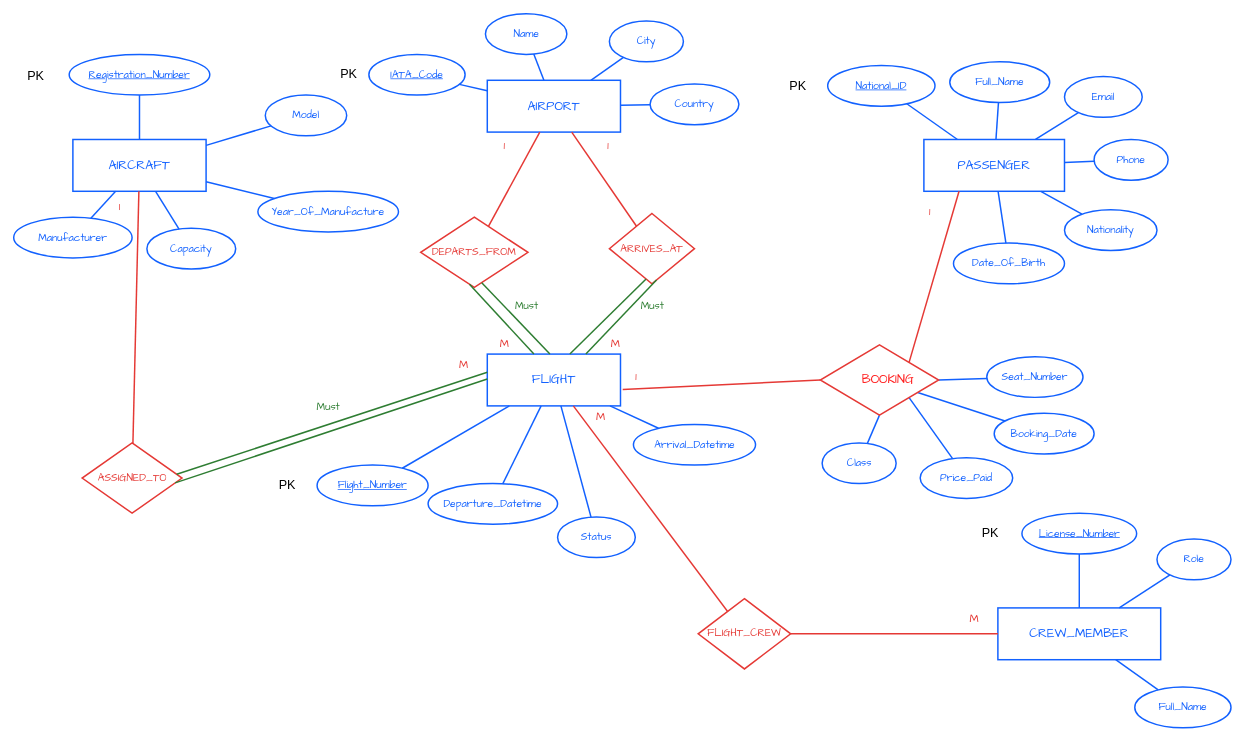
Before: ERD/SkyTrack_Step1_Chen_ERD.drawio in M0hammedAlnajjar/database-project, a draw.io diagram. Source tidied: cells renumbered, new cells numbered last; positions are measured from the earlier drawing's top-left corner, leaving out a move shared by most shapes. Both pictures are drawn from the tidied source at 74%, with x=0, y=0 at pixel (13, 13).
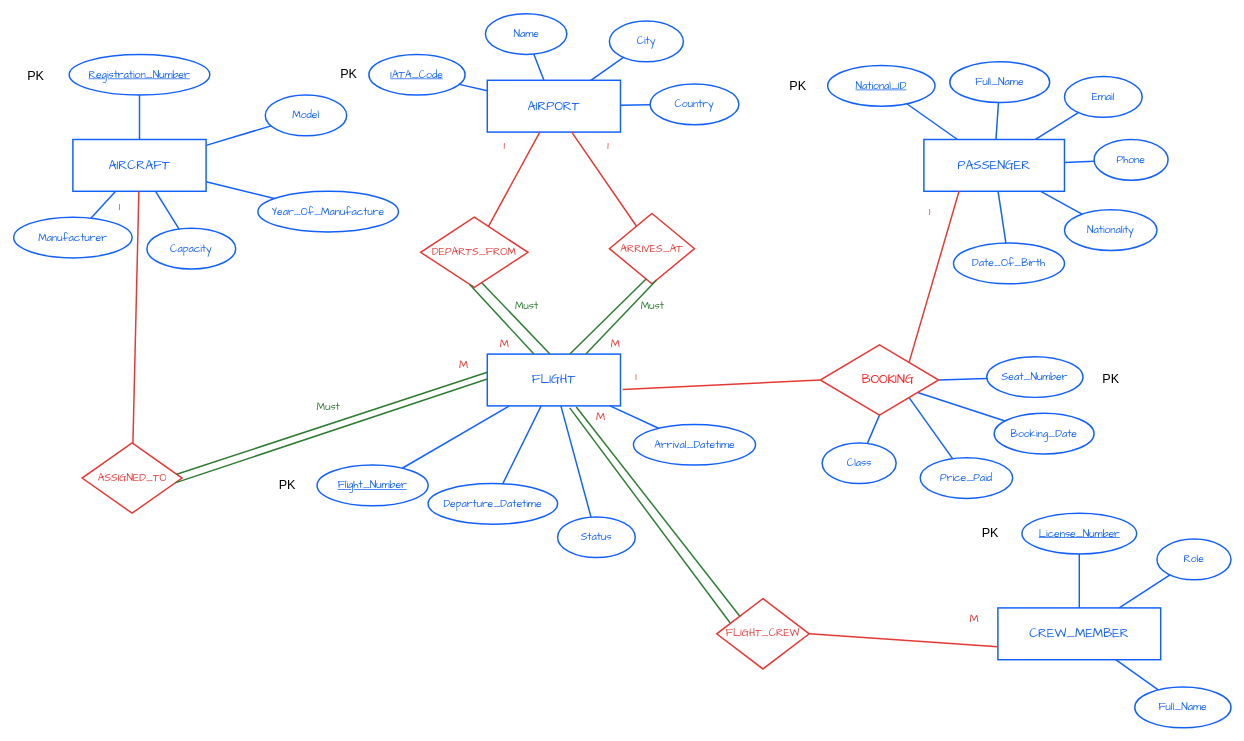
The same page after the edit.

Commit message (it also covers changes not shown here):
feat:I add photo ERD

Unchanged cells that the change refers to:
```xml
<mxCell id="4" value="FLIGHT" style="rounded=0;whiteSpace=wrap;html=1;strokeColor=#1261ff;strokeWidth=2;fillColor=none;fontColor=#1261ff;fontSize=17;fontFamily=Comic Sans MS;align=center;verticalAlign=middle;" parent="1" vertex="1">
  <mxGeometry x="640" y="460" width="180" height="70" as="geometry" />
</mxCell>
<mxCell id="6" value="CREW_MEMBER" style="rounded=0;whiteSpace=wrap;html=1;strokeColor=#1261ff;strokeWidth=2;fillColor=none;fontColor=#1261ff;fontSize=17;fontFamily=Comic Sans MS;align=center;verticalAlign=middle;" parent="1" vertex="1">
  <mxGeometry x="1330" y="803" width="220" height="70" as="geometry" />
</mxCell>
```

The edit, as a diff of the source:
```diff
@@
     <mxCell id="54" value="FLIGHT_CREW" style="rhombus;whiteSpace=wrap;html=1;strokeColor=#e53935;strokeWidth=2;fillColor=none;fontColor=#e53935;fontSize=14;fontFamily=Comic Sans MS;align=center;verticalAlign=middle;" parent="1" vertex="1">
-      <mxGeometry x="925" y="790.5" width="125" height="95" as="geometry" />
+      <mxGeometry x="950" y="790.5" width="125" height="95" as="geometry" />
     </mxCell>
@@
-    <mxCell id="59" style="rounded=0;jettySize=auto;html=1;endArrow=none;startArrow=none;strokeColor=#e53935;strokeWidth=2;" parent="1" edge="1" source="4" target="54">
+    <mxCell id="59" style="rounded=0;jettySize=auto;html=1;endArrow=none;startArrow=none;strokeColor=#e53935;strokeWidth=2;entryX=0;entryY=0.75;entryDx=0;entryDy=0;exitX=1;exitY=0.5;exitDx=0;exitDy=0;" parent="1" edge="1" source="54" target="6">
       <mxGeometry relative="1" as="geometry" />
     </mxCell>
-    <mxCell id="60" style="rounded=0;jettySize=auto;html=1;endArrow=none;startArrow=none;strokeColor=#e53935;strokeWidth=2;" parent="1" edge="1" source="6" target="54">
-      <mxGeometry relative="1" as="geometry" />
-    </mxCell>
@@
+    <mxCell id="95" value="&lt;font style=&quot;font-size: 17px;&quot;&gt;PK&lt;/font&gt;" style="text;html=1;whiteSpace=wrap;strokeColor=none;fillColor=none;align=center;verticalAlign=middle;rounded=0;" parent="1" vertex="1">
+      <mxGeometry x="1452.5" y="480" width="60" height="30" as="geometry" />
+    </mxCell>
+    <mxCell id="96" style="rounded=0;jettySize=auto;html=1;endArrow=none;startArrow=none;strokeColor=#2e7d32;strokeWidth=2;exitX=0.668;exitY=1.022;exitDx=0;exitDy=0;exitPerimeter=0;entryX=0;entryY=0;entryDx=0;entryDy=0;" parent="1" edge="1" source="4" target="54">
+      <mxGeometry relative="1" as="geometry" />
+    </mxCell>
+    <mxCell id="97" style="rounded=0;jettySize=auto;html=1;endArrow=none;startArrow=none;strokeColor=#2e7d32;strokeWidth=2;exitX=0.619;exitY=1.039;exitDx=0;exitDy=0;exitPerimeter=0;entryX=0.144;entryY=0.342;entryDx=0;entryDy=0;entryPerimeter=0;" parent="1" edge="1" source="4" target="54">
+      <mxGeometry relative="1" as="geometry" />
+    </mxCell>
```
